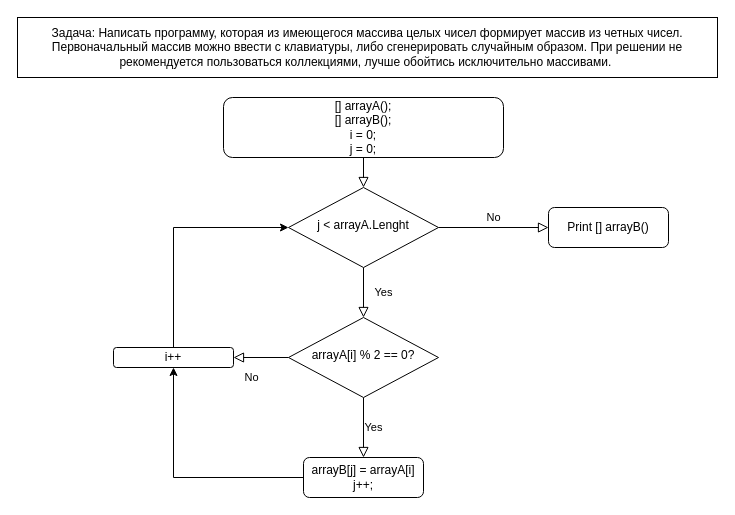
This is block diagram.drawio from DmitriyLosev/Assignment-at-the-end-of-the-first-block-of-training, a draw.io file, before an edit. Source tidied: cells renumbered, new cells numbered last; positions are measured from the earlier drawing's top-left corner, leaving out a move shared by most shapes. Both pictures are drawn from the tidied source at 100%, with x=0, y=0 at pixel (17, 17).
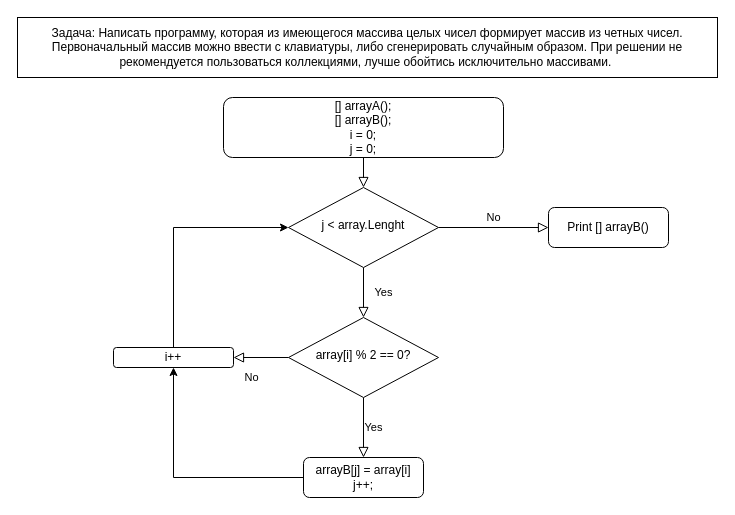
The same page after the edit.

Commit message (it also covers changes not shown here):
modefied block diagram

Change to the diagram source:
```diff
@@
 <mxGraphModel>
   <root>
     <mxCell id="0" />
     <mxCell id="1" parent="0" />
     <mxCell id="2" style="rounded=0;html=1;jettySize=auto;fontSize=11;endArrow=block;endFill=0;endSize=8;strokeWidth=1;shadow=0;labelBackgroundColor=none;edgeStyle=orthogonalEdgeStyle;" parent="1" edge="1" source="3" target="6">
       <mxGeometry relative="1" as="geometry" />
     </mxCell>
     <mxCell id="3" value="[] arrayA();&lt;br&gt;[] arrayB();&lt;br&gt;i = 0;&lt;br&gt;j = 0;" style="rounded=1;whiteSpace=wrap;html=1;fontSize=12;glass=0;strokeWidth=1;shadow=0;" parent="1" vertex="1">
       <mxGeometry x="206" y="80" width="280" height="60" as="geometry" />
     </mxCell>
     <mxCell id="4" value="Yes" style="rounded=0;html=1;jettySize=auto;fontSize=11;endArrow=block;endFill=0;endSize=8;strokeWidth=1;shadow=0;labelBackgroundColor=none;edgeStyle=orthogonalEdgeStyle;" parent="1" edge="1" source="6" target="10">
       <mxGeometry y="20" relative="1" as="geometry" />
     </mxCell>
     <mxCell id="5" value="No" style="edgeStyle=orthogonalEdgeStyle;rounded=0;html=1;jettySize=auto;fontSize=11;endArrow=block;endFill=0;endSize=8;strokeWidth=1;shadow=0;labelBackgroundColor=none;" parent="1" edge="1" source="6" target="7">
       <mxGeometry y="10" relative="1" as="geometry" />
     </mxCell>
-    <mxCell id="6" value="j &amp;lt; arrayA.Lenght" style="rhombus;whiteSpace=wrap;html=1;shadow=0;fontFamily=Helvetica;fontSize=12;align=center;strokeWidth=1;spacing=6;spacingTop=-4;" parent="1" vertex="1">
+    <mxCell id="6" value="j &amp;lt; array.Lenght" style="rhombus;whiteSpace=wrap;html=1;shadow=0;fontFamily=Helvetica;fontSize=12;align=center;strokeWidth=1;spacing=6;spacingTop=-4;" parent="1" vertex="1">
       <mxGeometry x="271" y="170" width="150" height="80" as="geometry" />
     </mxCell>
     <mxCell id="7" value="Print [] arrayB()" style="rounded=1;whiteSpace=wrap;html=1;fontSize=12;glass=0;strokeWidth=1;shadow=0;" parent="1" vertex="1">
       <mxGeometry x="531" y="190" width="120" height="40" as="geometry" />
     </mxCell>
     <mxCell id="8" value="No" style="rounded=0;html=1;jettySize=auto;fontSize=11;endArrow=block;endFill=0;endSize=8;strokeWidth=1;shadow=0;labelBackgroundColor=none;edgeStyle=orthogonalEdgeStyle;exitX=0;exitY=0.5;exitDx=0;exitDy=0;entryX=1;entryY=0.5;entryDx=0;entryDy=0;" parent="1" edge="1" source="10" target="15">
       <mxGeometry x="0.33" y="20" relative="1" as="geometry" />
     </mxCell>
     <mxCell id="9" value="Yes" style="edgeStyle=orthogonalEdgeStyle;rounded=0;html=1;jettySize=auto;fontSize=11;endArrow=block;endFill=0;endSize=8;strokeWidth=1;shadow=0;labelBackgroundColor=none;" parent="1" edge="1" source="10" target="12">
       <mxGeometry y="10" relative="1" as="geometry" />
     </mxCell>
-    <mxCell id="10" value="arrayA[i] % 2 == 0?" style="rhombus;whiteSpace=wrap;html=1;shadow=0;fontFamily=Helvetica;fontSize=12;align=center;strokeWidth=1;spacing=6;spacingTop=-4;" parent="1" vertex="1">
+    <mxCell id="10" value="array[i] % 2 == 0?" style="rhombus;whiteSpace=wrap;html=1;shadow=0;fontFamily=Helvetica;fontSize=12;align=center;strokeWidth=1;spacing=6;spacingTop=-4;" parent="1" vertex="1">
       <mxGeometry x="271" y="300" width="150" height="80" as="geometry" />
     </mxCell>
     <mxCell id="11" style="edgeStyle=orthogonalEdgeStyle;rounded=0;jettySize=auto;html=1;" parent="1" edge="1" source="12" target="15">
       <mxGeometry relative="1" as="geometry" />
     </mxCell>
-    <mxCell id="12" value="arrayB[j] = arrayA[i]&lt;br&gt;j++;" style="rounded=1;whiteSpace=wrap;html=1;fontSize=12;glass=0;strokeWidth=1;shadow=0;" parent="1" vertex="1">
+    <mxCell id="12" value="arrayB[j] = array[i]&lt;br&gt;j++;" style="rounded=1;whiteSpace=wrap;html=1;fontSize=12;glass=0;strokeWidth=1;shadow=0;" parent="1" vertex="1">
       <mxGeometry x="286" y="440" width="120" height="40" as="geometry" />
     </mxCell>
     <mxCell id="13" value="Задача: Написать программу, которая из имеющегося массива целых чисел формирует массив из четных чисел.&lt;br/&gt;Первоначальный массив можно ввести с клавиатуры, либо сгенерировать случайным образом. При решении не&lt;br/&gt;рекомендуется пользоваться коллекциями, лучше обойтись исключительно массивами.&amp;nbsp;" style="whiteSpace=wrap;html=1;" parent="1" vertex="1">
       <mxGeometry width="700" height="60" as="geometry" />
     </mxCell>
     <mxCell id="14" style="edgeStyle=orthogonalEdgeStyle;rounded=0;jettySize=auto;html=1;entryX=0;entryY=0.5;entryDx=0;entryDy=0;exitX=0.5;exitY=0;exitDx=0;exitDy=0;" parent="1" edge="1" source="15" target="6">
       <mxGeometry relative="1" as="geometry" />
     </mxCell>
     <mxCell id="15" value="i++" style="rounded=1;whiteSpace=wrap;html=1;shadow=0;strokeWidth=1;glass=0;" parent="1" vertex="1">
       <mxGeometry x="96" y="330" width="120" height="20" as="geometry" />
     </mxCell>
   </root>
 </mxGraphModel>
```
